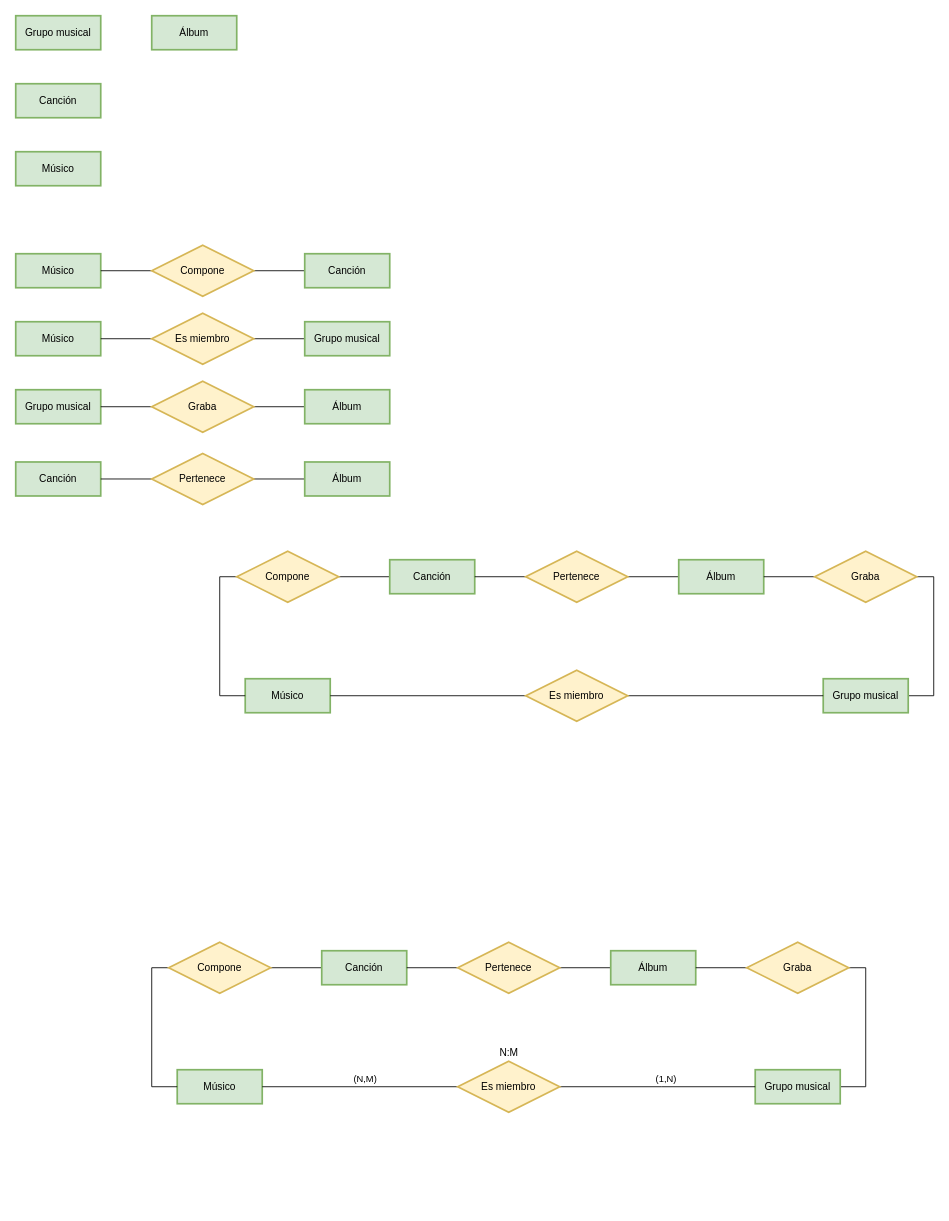
This is Empresa Discográfica.drawio from Carball04/Trabajos-E-R, a draw.io file, before an edit. Source tidied: cells renumbered, new cells numbered last; positions are measured from the earlier drawing's top-left corner, leaving out a move shared by most shapes. Both pictures are drawn from the tidied source at 85%, with x=0, y=0 at pixel (15, 15).
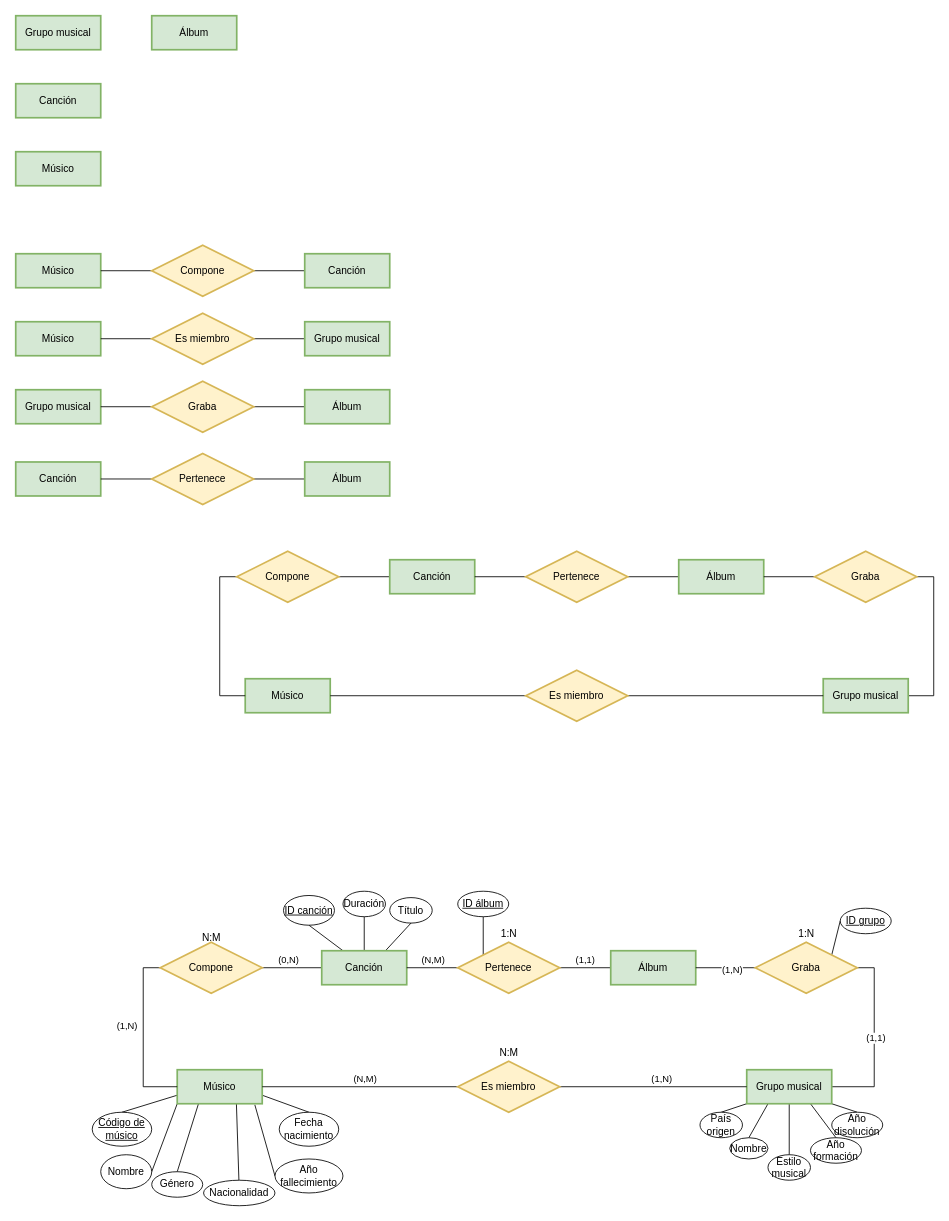
The same diagram, later.

The change refers to these unchanged cells:
```xml
<mxCell id="42" value="Músico" style="whiteSpace=wrap;html=1;align=center;strokeWidth=2;fillColor=#d5e8d4;strokeColor=#82b366;" parent="1" vertex="1">
  <mxGeometry x="190" y="1240" width="100" height="40" as="geometry" />
</mxCell>
<mxCell id="44" style="edgeStyle=orthogonalEdgeStyle;rounded=0;jettySize=auto;html=1;exitX=0;exitY=0.5;exitDx=0;exitDy=0;entryX=0;entryY=0.5;entryDx=0;entryDy=0;endArrow=none;endFill=0;" parent="1" edge="1" source="45" target="42">
  <mxGeometry relative="1" as="geometry" />
</mxCell>
<mxCell id="46" value="Canción" style="whiteSpace=wrap;html=1;align=center;strokeWidth=2;fillColor=#d5e8d4;strokeColor=#82b366;" parent="1" vertex="1">
  <mxGeometry x="360" y="1100" width="100" height="40" as="geometry" />
</mxCell>
<mxCell id="47" style="edgeStyle=orthogonalEdgeStyle;rounded=0;jettySize=auto;html=1;exitX=1;exitY=0.5;exitDx=0;exitDy=0;entryX=0;entryY=0.5;entryDx=0;entryDy=0;endArrow=none;endFill=0;" parent="1" edge="1" source="49" target="50">
  <mxGeometry relative="1" as="geometry" />
</mxCell>
<mxCell id="49" value="Pertenece" style="shape=rhombus;perimeter=rhombusPerimeter;whiteSpace=wrap;html=1;align=center;strokeWidth=2;fillColor=#fff2cc;strokeColor=#d6b656;" parent="1" vertex="1">
  <mxGeometry x="520" y="1090" width="120" height="60" as="geometry" />
</mxCell>
<mxCell id="51" style="edgeStyle=orthogonalEdgeStyle;rounded=0;jettySize=auto;html=1;exitX=0;exitY=0.5;exitDx=0;exitDy=0;entryX=1;entryY=0.5;entryDx=0;entryDy=0;endArrow=none;endFill=0;" parent="1" edge="1" source="53" target="50">
  <mxGeometry relative="1" as="geometry" />
</mxCell>
<mxCell id="52" style="edgeStyle=orthogonalEdgeStyle;rounded=0;jettySize=auto;html=1;exitX=1;exitY=0.5;exitDx=0;exitDy=0;entryX=1;entryY=0.5;entryDx=0;entryDy=0;endArrow=none;endFill=0;" parent="1" edge="1" source="53" target="54">
  <mxGeometry relative="1" as="geometry" />
</mxCell>
```

The edit, as a diff of the source:
```diff
@@
+    <mxCell id="61" style="rounded=0;jettySize=auto;html=1;exitX=0;exitY=0.75;exitDx=0;exitDy=0;entryX=0.5;entryY=0;entryDx=0;entryDy=0;endArrow=none;endFill=0;" parent="1" edge="1" source="42" target="87">
+      <mxGeometry relative="1" as="geometry" />
+    </mxCell>
+    <mxCell id="62" style="rounded=0;jettySize=auto;html=1;exitX=0;exitY=1;exitDx=0;exitDy=0;entryX=1;entryY=0.5;entryDx=0;entryDy=0;endArrow=none;endFill=0;" parent="1" edge="1" source="42" target="86">
+      <mxGeometry relative="1" as="geometry" />
+    </mxCell>
+    <mxCell id="63" style="rounded=0;jettySize=auto;html=1;exitX=0.25;exitY=1;exitDx=0;exitDy=0;entryX=0.5;entryY=0;entryDx=0;entryDy=0;endArrow=none;endFill=0;" parent="1" edge="1" source="42" target="90">
+      <mxGeometry relative="1" as="geometry" />
+    </mxCell>
+    <mxCell id="64" style="edgeStyle=none;rounded=0;jettySize=auto;html=1;exitX=0.696;exitY=0.975;exitDx=0;exitDy=0;endArrow=none;endFill=0;exitPerimeter=0;" parent="1" edge="1" source="42" target="91">
+      <mxGeometry relative="1" as="geometry" />
+    </mxCell>
+    <mxCell id="65" style="edgeStyle=none;rounded=0;jettySize=auto;html=1;exitX=0.913;exitY=1.032;exitDx=0;exitDy=0;entryX=0;entryY=0.5;entryDx=0;entryDy=0;endArrow=none;endFill=0;exitPerimeter=0;" parent="1" edge="1" source="42" target="89">
+      <mxGeometry relative="1" as="geometry" />
+    </mxCell>
+    <mxCell id="66" style="edgeStyle=none;rounded=0;jettySize=auto;html=1;exitX=1;exitY=0.75;exitDx=0;exitDy=0;entryX=0.5;entryY=0;entryDx=0;entryDy=0;endArrow=none;endFill=0;" parent="1" edge="1" source="42" target="88">
+      <mxGeometry relative="1" as="geometry" />
+    </mxCell>
@@
     <mxCell id="43" style="edgeStyle=orthogonalEdgeStyle;rounded=0;jettySize=auto;html=1;exitX=1;exitY=0.5;exitDx=0;exitDy=0;entryX=0;entryY=0.5;entryDx=0;entryDy=0;endArrow=none;endFill=0;" parent="1" edge="1" source="45" target="46">
-      <mxGeometry relative="1" as="geometry" />
+      <mxGeometry relative="1" as="geometry">
+        <Array as="points">
+          <mxPoint x="330" y="1120" />
+          <mxPoint x="330" y="1120" />
+        </Array>
+      </mxGeometry>
     </mxCell>
+    <mxCell id="67" value="(0,N)" style="edgeLabel;html=1;align=center;verticalAlign=middle;" parent="43" vertex="1">
+      <mxGeometry x="0.2" relative="1" as="geometry">
+        <mxPoint x="-12" y="-10" as="offset" />
+      </mxGeometry>
+    </mxCell>
@@
+    <mxCell id="68" value="(1,N)" style="edgeLabel;html=1;align=center;verticalAlign=middle;" parent="44" vertex="1">
+      <mxGeometry x="-0.13" y="-2" relative="1" as="geometry">
+        <mxPoint x="-18" as="offset" />
+      </mxGeometry>
+    </mxCell>
     <mxCell id="45" value="Compone" style="shape=rhombus;perimeter=rhombusPerimeter;whiteSpace=wrap;html=1;align=center;strokeWidth=2;fillColor=#fff2cc;strokeColor=#d6b656;" parent="1" vertex="1">
-      <mxGeometry x="180" y="1090" width="120" height="60" as="geometry" />
+      <mxGeometry x="170" y="1090" width="120" height="60" as="geometry" />
     </mxCell>
+    <mxCell id="69" style="rounded=0;jettySize=auto;html=1;exitX=0.25;exitY=0;exitDx=0;exitDy=0;entryX=0.5;entryY=1;entryDx=0;entryDy=0;endArrow=none;endFill=0;" parent="1" edge="1" source="46" target="99">
+      <mxGeometry relative="1" as="geometry" />
+    </mxCell>
+    <mxCell id="70" style="edgeStyle=none;rounded=0;jettySize=auto;html=1;exitX=0.5;exitY=0;exitDx=0;exitDy=0;entryX=0.5;entryY=1;entryDx=0;entryDy=0;endArrow=none;endFill=0;" parent="1" edge="1" source="46" target="101">
+      <mxGeometry relative="1" as="geometry" />
+    </mxCell>
+    <mxCell id="71" style="edgeStyle=none;rounded=0;jettySize=auto;html=1;exitX=0.75;exitY=0;exitDx=0;exitDy=0;entryX=0.5;entryY=1;entryDx=0;entryDy=0;endArrow=none;endFill=0;" parent="1" edge="1" source="46" target="100">
+      <mxGeometry relative="1" as="geometry" />
+    </mxCell>
@@
+    <mxCell id="72" value="(1,1)" style="edgeLabel;html=1;align=center;verticalAlign=middle;" parent="47" vertex="1">
+      <mxGeometry x="0.21" y="-2" relative="1" as="geometry">
+        <mxPoint x="-7" y="-12" as="offset" />
+      </mxGeometry>
+    </mxCell>
     <mxCell id="48" style="edgeStyle=orthogonalEdgeStyle;rounded=0;jettySize=auto;html=1;exitX=0;exitY=0.5;exitDx=0;exitDy=0;entryX=1;entryY=0.5;entryDx=0;entryDy=0;endArrow=none;endFill=0;" parent="1" edge="1" source="49" target="46">
-      <mxGeometry relative="1" as="geometry" />
+      <mxGeometry relative="1" as="geometry">
+        <Array as="points">
+          <mxPoint x="500" y="1120" />
+          <mxPoint x="500" y="1120" />
+        </Array>
+      </mxGeometry>
     </mxCell>
+    <mxCell id="73" value="(N,M)" style="edgeLabel;html=1;align=center;verticalAlign=middle;" parent="48" vertex="1">
+      <mxGeometry x="-0.23" y="1" relative="1" as="geometry">
+        <mxPoint x="-7" y="-11" as="offset" />
+      </mxGeometry>
+    </mxCell>
+    <mxCell id="74" style="edgeStyle=none;rounded=0;jettySize=auto;html=1;exitX=0;exitY=0;exitDx=0;exitDy=0;entryX=0.5;entryY=1;entryDx=0;entryDy=0;endArrow=none;endFill=0;" parent="1" edge="1" source="49" target="98">
+      <mxGeometry relative="1" as="geometry" />
+    </mxCell>
@@
+    <mxCell id="75" value="(1,N)" style="edgeLabel;html=1;align=center;verticalAlign=middle;" parent="51" vertex="1">
+      <mxGeometry x="-0.19" y="2" relative="1" as="geometry" />
+    </mxCell>
@@
+    <mxCell id="76" value="(1,1)" style="edgeLabel;html=1;align=center;verticalAlign=middle;" parent="52" vertex="1">
+      <mxGeometry x="-0.03" y="1" relative="1" as="geometry" />
+    </mxCell>
+    <mxCell id="77" style="edgeStyle=none;rounded=0;jettySize=auto;html=1;exitX=1;exitY=0;exitDx=0;exitDy=0;entryX=0;entryY=0.5;entryDx=0;entryDy=0;endArrow=none;endFill=0;" parent="1" edge="1" source="53" target="97">
+      <mxGeometry relative="1" as="geometry" />
+    </mxCell>
     <mxCell id="53" value="Graba" style="shape=rhombus;perimeter=rhombusPerimeter;whiteSpace=wrap;html=1;align=center;strokeWidth=2;fillColor=#fff2cc;strokeColor=#d6b656;" parent="1" vertex="1">
-      <mxGeometry x="860" y="1090" width="120" height="60" as="geometry" />
+      <mxGeometry x="870" y="1090" width="120" height="60" as="geometry" />
     </mxCell>
+    <mxCell id="78" style="edgeStyle=none;rounded=0;jettySize=auto;html=1;exitX=0.5;exitY=1;exitDx=0;exitDy=0;entryX=0.5;entryY=0;entryDx=0;entryDy=0;endArrow=none;endFill=0;" parent="1" edge="1" source="54" target="95">
+      <mxGeometry relative="1" as="geometry" />
+    </mxCell>
+    <mxCell id="79" style="edgeStyle=none;rounded=0;jettySize=auto;html=1;exitX=0.75;exitY=1;exitDx=0;exitDy=0;entryX=0.5;entryY=0;entryDx=0;entryDy=0;endArrow=none;endFill=0;" parent="1" edge="1" source="54" target="93">
+      <mxGeometry relative="1" as="geometry" />
+    </mxCell>
+    <mxCell id="80" style="edgeStyle=none;rounded=0;jettySize=auto;html=1;exitX=0.25;exitY=1;exitDx=0;exitDy=0;entryX=0.5;entryY=0;entryDx=0;entryDy=0;endArrow=none;endFill=0;" parent="1" edge="1" source="54" target="92">
+      <mxGeometry relative="1" as="geometry" />
+    </mxCell>
+    <mxCell id="81" style="edgeStyle=none;rounded=0;jettySize=auto;html=1;exitX=0;exitY=1;exitDx=0;exitDy=0;entryX=0.5;entryY=0;entryDx=0;entryDy=0;endArrow=none;endFill=0;" parent="1" edge="1" source="54" target="96">
+      <mxGeometry relative="1" as="geometry" />
+    </mxCell>
+    <mxCell id="82" style="edgeStyle=none;rounded=0;jettySize=auto;html=1;exitX=1;exitY=1;exitDx=0;exitDy=0;entryX=0.5;entryY=0;entryDx=0;entryDy=0;endArrow=none;endFill=0;" parent="1" edge="1" source="54" target="94">
+      <mxGeometry relative="1" as="geometry" />
+    </mxCell>
     <mxCell id="54" value="Grupo musical" style="whiteSpace=wrap;html=1;align=center;strokeWidth=2;fillColor=#d5e8d4;strokeColor=#82b366;" parent="1" vertex="1">
-      <mxGeometry x="870" y="1240" width="100" height="40" as="geometry" />
+      <mxGeometry x="860" y="1240" width="100" height="40" as="geometry" />
     </mxCell>
@@
+    <mxCell id="83" value="N:M" style="text;html=1;align=center;verticalAlign=middle;strokeColor=none;fillColor=none;" parent="1" vertex="1">
+      <mxGeometry x="205" y="1070" width="50" height="30" as="geometry" />
+    </mxCell>
+    <mxCell id="84" value="1:N" style="text;html=1;align=center;verticalAlign=middle;strokeColor=none;fillColor=none;" parent="1" vertex="1">
+      <mxGeometry x="560" y="1065" width="40" height="30" as="geometry" />
+    </mxCell>
+    <mxCell id="85" value="1:N" style="text;html=1;align=center;verticalAlign=middle;strokeColor=none;fillColor=none;" parent="1" vertex="1">
+      <mxGeometry x="910" y="1065" width="40" height="30" as="geometry" />
+    </mxCell>
+    <mxCell id="86" value="Nombre" style="ellipse;whiteSpace=wrap;html=1;align=center;" parent="1" vertex="1">
+      <mxGeometry x="100" y="1340" width="60" height="40" as="geometry" />
+    </mxCell>
+    <mxCell id="87" value="Código de músico" style="ellipse;whiteSpace=wrap;html=1;align=center;fontStyle=4;" parent="1" vertex="1">
+      <mxGeometry x="90" y="1290" width="70" height="40" as="geometry" />
+    </mxCell>
+    <mxCell id="88" value="Fecha nacimiento" style="ellipse;whiteSpace=wrap;html=1;align=center;" parent="1" vertex="1">
+      <mxGeometry x="310" y="1290" width="70" height="40" as="geometry" />
+    </mxCell>
+    <mxCell id="89" value="Año fallecimiento" style="ellipse;whiteSpace=wrap;html=1;align=center;" parent="1" vertex="1">
+      <mxGeometry x="305" y="1345" width="80" height="40" as="geometry" />
+    </mxCell>
+    <mxCell id="90" value="Género" style="ellipse;whiteSpace=wrap;html=1;align=center;" parent="1" vertex="1">
+      <mxGeometry x="160" y="1360" width="60" height="30" as="geometry" />
+    </mxCell>
+    <mxCell id="91" value="Nacionalidad" style="ellipse;whiteSpace=wrap;html=1;align=center;" parent="1" vertex="1">
+      <mxGeometry x="221" y="1370" width="84" height="30" as="geometry" />
+    </mxCell>
+    <mxCell id="92" value="Nombre" style="ellipse;whiteSpace=wrap;html=1;align=center;" parent="1" vertex="1">
+      <mxGeometry x="840" y="1320" width="45" height="25" as="geometry" />
+    </mxCell>
+    <mxCell id="93" value="Año formación" style="ellipse;whiteSpace=wrap;html=1;align=center;" parent="1" vertex="1">
+      <mxGeometry x="935" y="1320" width="60" height="30" as="geometry" />
+    </mxCell>
+    <mxCell id="94" value="Año disolución" style="ellipse;whiteSpace=wrap;html=1;align=center;" parent="1" vertex="1">
+      <mxGeometry x="960" y="1290" width="60" height="30" as="geometry" />
+    </mxCell>
+    <mxCell id="95" value="Estilo musical" style="ellipse;whiteSpace=wrap;html=1;align=center;" parent="1" vertex="1">
+      <mxGeometry x="885" y="1340" width="50" height="30" as="geometry" />
+    </mxCell>
+    <mxCell id="96" value="País origen" style="ellipse;whiteSpace=wrap;html=1;align=center;" parent="1" vertex="1">
+      <mxGeometry x="805" y="1290" width="50" height="30" as="geometry" />
+    </mxCell>
+    <mxCell id="97" value="ID grupo" style="ellipse;whiteSpace=wrap;html=1;align=center;fontStyle=4;" parent="1" vertex="1">
+      <mxGeometry x="970" y="1050" width="60" height="30" as="geometry" />
+    </mxCell>
+    <mxCell id="98" value="ID álbum" style="ellipse;whiteSpace=wrap;html=1;align=center;fontStyle=4;" parent="1" vertex="1">
+      <mxGeometry x="520" y="1030" width="60" height="30" as="geometry" />
+    </mxCell>
+    <mxCell id="99" value="ID canción" style="ellipse;whiteSpace=wrap;html=1;align=center;fontStyle=4;" parent="1" vertex="1">
+      <mxGeometry x="315" y="1035" width="60" height="35" as="geometry" />
+    </mxCell>
+    <mxCell id="100" value="Título" style="ellipse;whiteSpace=wrap;html=1;align=center;" parent="1" vertex="1">
+      <mxGeometry x="440" y="1037.5" width="50" height="30" as="geometry" />
+    </mxCell>
+    <mxCell id="101" value="Duración" style="ellipse;whiteSpace=wrap;html=1;align=center;" parent="1" vertex="1">
+      <mxGeometry x="385" y="1030" width="50" height="30" as="geometry" />
+    </mxCell>
```
